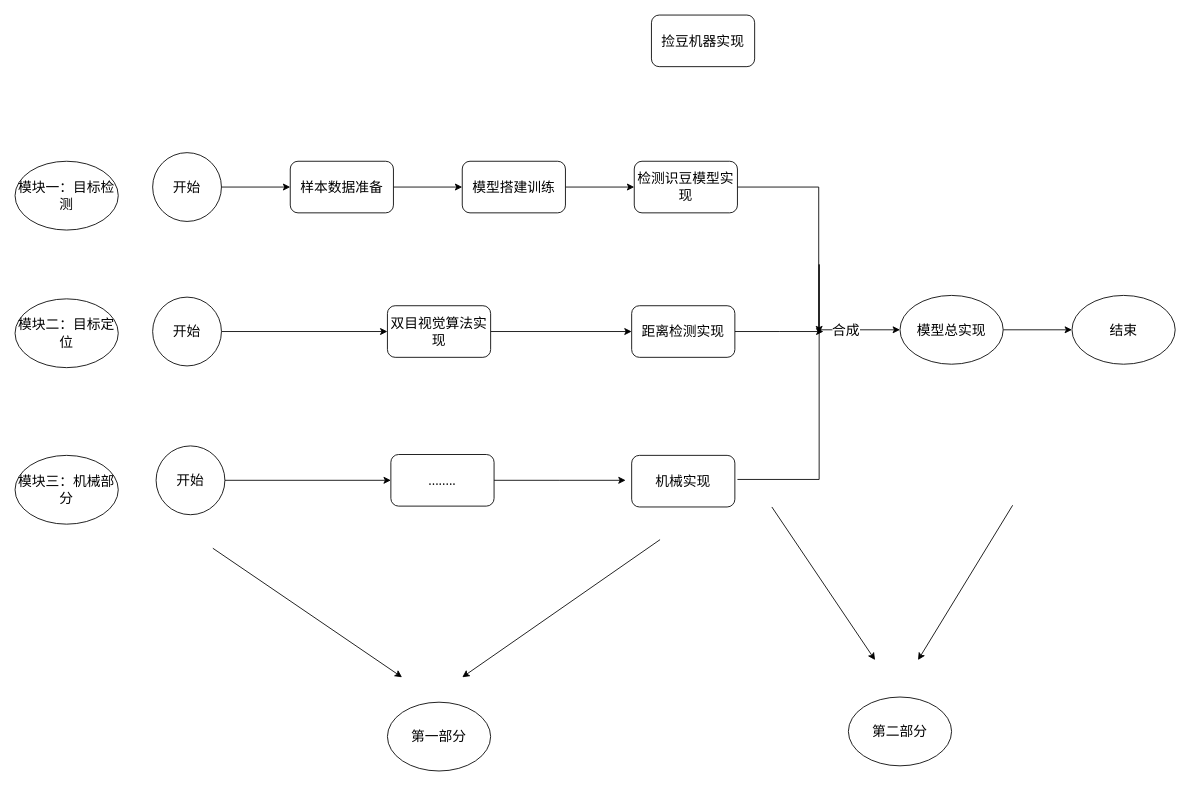
ByronGe/ff keeps this draw.io diagram as bean Diagram.drawio. Above is the earlier version. Source tidied: cells renumbered, new cells numbered last; positions are measured from the earlier drawing's top-left corner, leaving out a move shared by most shapes. Both pictures are drawn from the tidied source at 86%, with x=0, y=0 at pixel (15, 15).
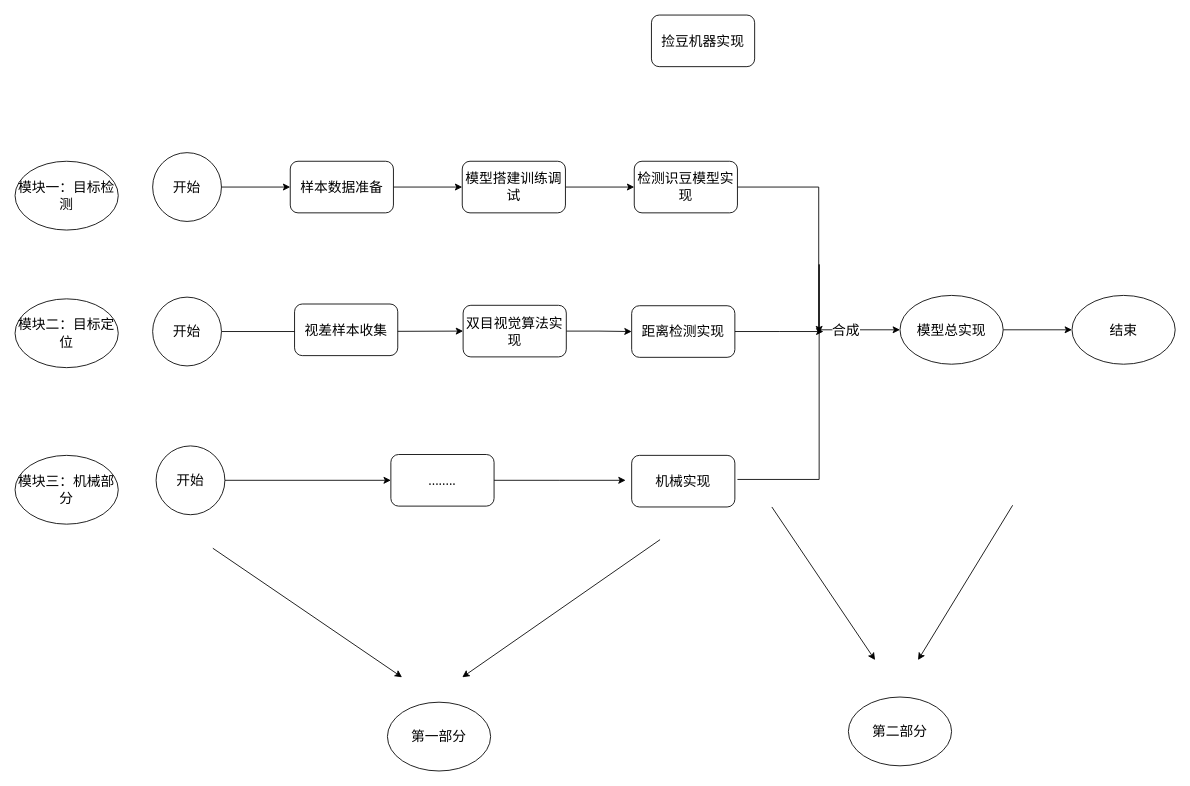
Above is the later version.

The edit, as a diff of the source:
```diff
@@
-    <mxCell id="9" value="&lt;span style=&quot;font-size: 16px;&quot;&gt;模型搭建训练&lt;/span&gt;" style="rounded=1;whiteSpace=wrap;html=1;fontSize=16;fontFamily=Times New Roman;fontStyle=0;" parent="1" vertex="1">
+    <mxCell id="9" value="&lt;span style=&quot;font-size: 16px&quot;&gt;模型搭建训练调试&lt;/span&gt;" style="rounded=1;whiteSpace=wrap;html=1;fontSize=16;fontFamily=Times New Roman;fontStyle=0;" parent="1" vertex="1">
       <mxGeometry x="520" y="170" width="120" height="60" as="geometry" />
     </mxCell>
@@
     <mxCell id="19" value="双目视觉算法实现" style="rounded=1;whiteSpace=wrap;html=1;fontSize=16;fontFamily=Times New Roman;fontStyle=0;" parent="1" vertex="1">
-      <mxGeometry x="433" y="338" width="120" height="60" as="geometry" />
+      <mxGeometry x="521" y="337.5" width="120" height="60" as="geometry" />
     </mxCell>
@@
+    <mxCell id="36" value="视差样本收集" style="rounded=1;whiteSpace=wrap;html=1;fontSize=16;" parent="1" vertex="1">
+      <mxGeometry x="325" y="336" width="120" height="60" as="geometry" />
+    </mxCell>
```
